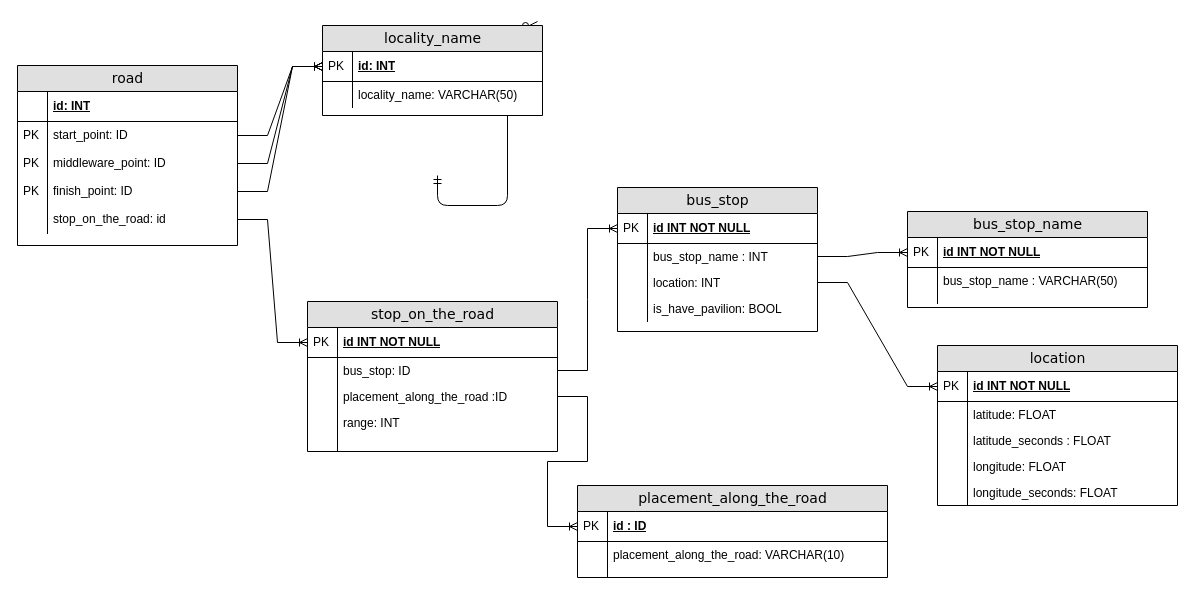
Earlier version of the draw.io diagram lab2/Untitled Diagram.drawio (omgwer/Databases). Source tidied: cells renumbered, new cells numbered last; positions are measured from the earlier drawing's top-left corner, leaving out a move shared by most shapes. Both pictures are drawn from the tidied source at 100%, with x=0, y=0 at pixel (17, 25).
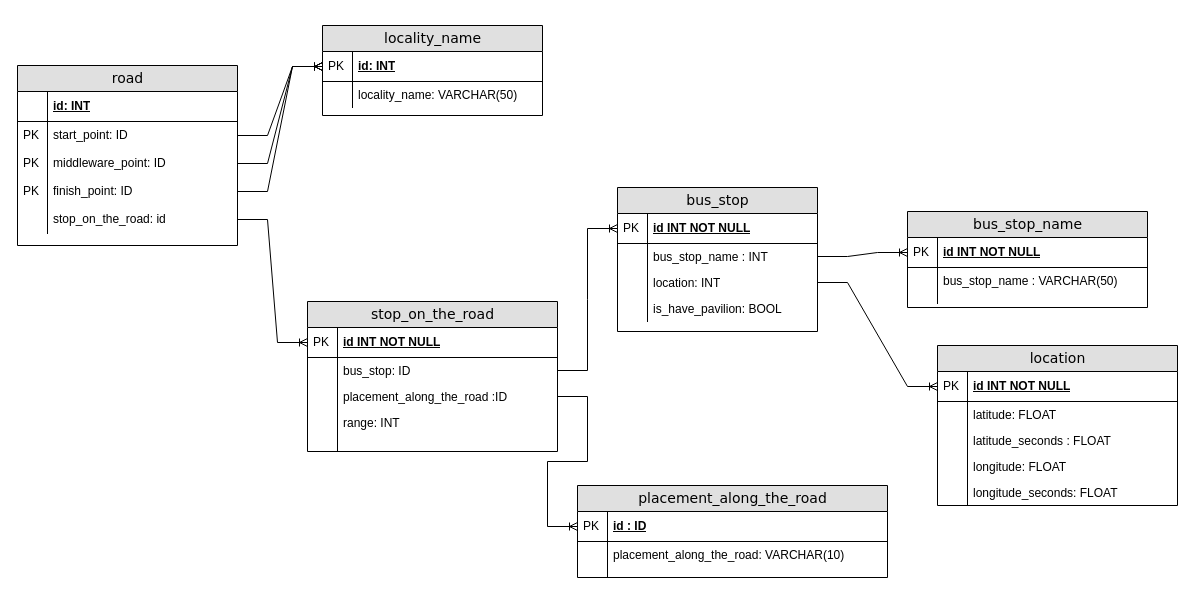
The same diagram, later.

Change to the diagram source:
```diff
@@
-    <mxCell id="2" style="edgeStyle=orthogonalEdgeStyle;html=1;endArrow=ERzeroToMany;startArrow=ERmandOne;labelBackgroundColor=none;fontFamily=Verdana;fontSize=14;entryX=0;entryY=0.308;entryPerimeter=0;exitX=0;exitY=0.5;" parent="1" edge="1">
-      <mxGeometry relative="1" as="geometry">
-        <mxPoint x="420" y="150" as="sourcePoint" />
-        <mxPoint x="520" as="targetPoint" />
-        <Array as="points">
-          <mxPoint x="490" y="180" />
-          <mxPoint x="490" />
-        </Array>
-      </mxGeometry>
-    </mxCell>
```
